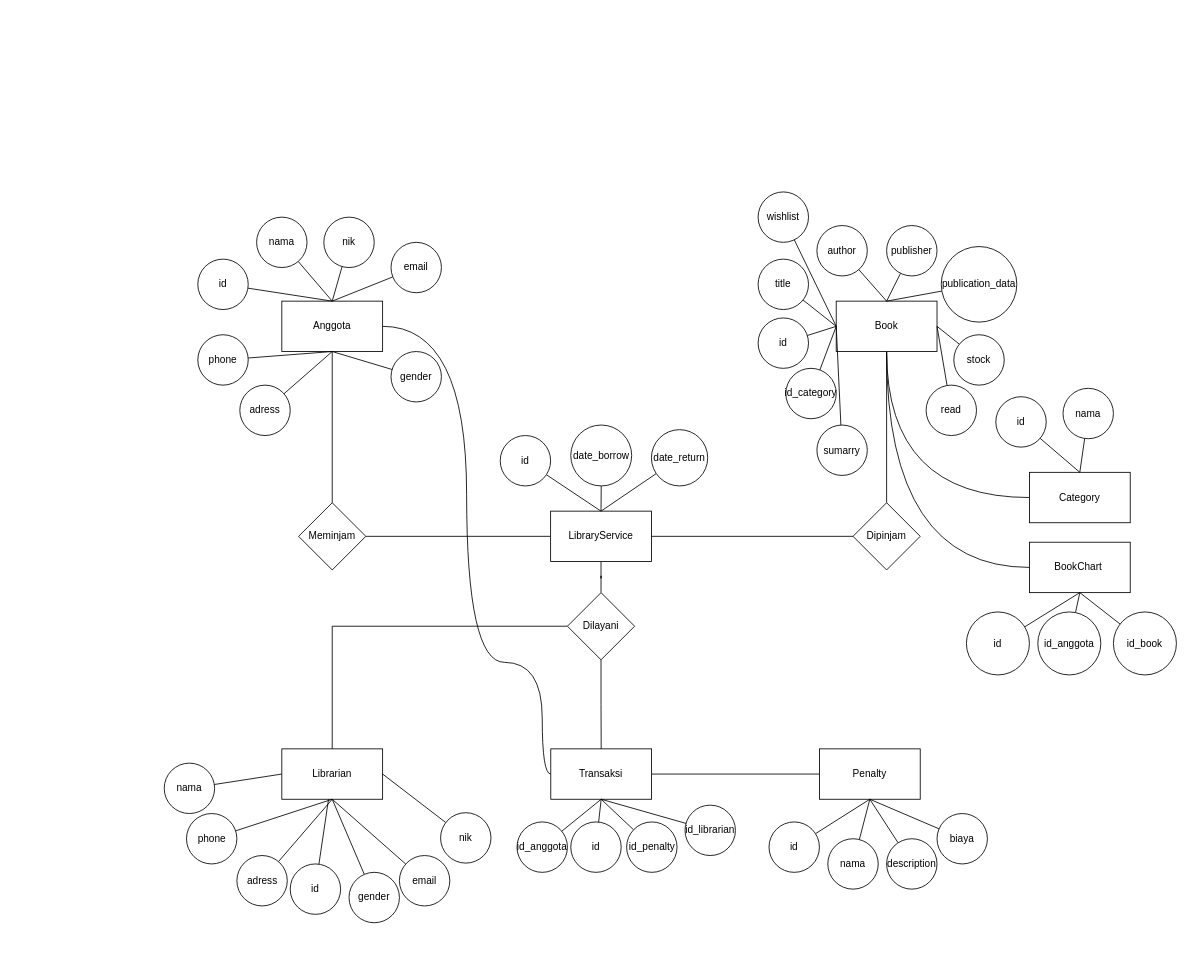
Earlier version of the draw.io diagram Library.drawio (Syaal/library). Source tidied: cells renumbered, new cells numbered last; positions are measured from the earlier drawing's top-left corner, leaving out a move shared by most shapes. Both pictures are drawn from the tidied source at 84%, with x=0, y=0 at pixel (164, 192).
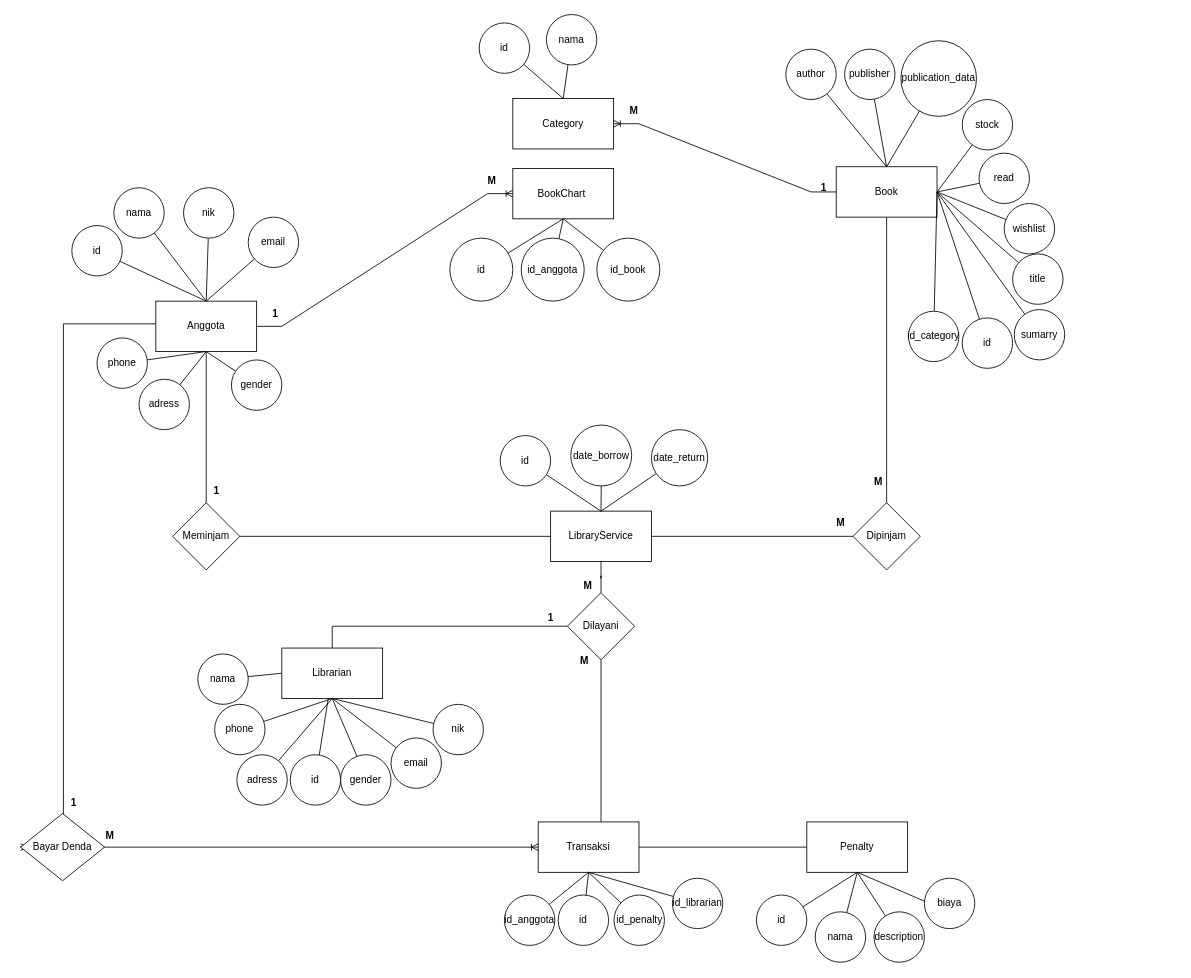
After the change.

Unchanged cells that the change refers to:
```xml
<mxCell id="51" value="Dilayani" style="rhombus;whiteSpace=wrap;html=1;" parent="1" vertex="1">
  <mxGeometry x="480" y="477" width="80" height="80" as="geometry" />
</mxCell>
```

The edit, as a diff of the source:
```diff
@@
-    <mxCell id="3" style="rounded=0;jettySize=auto;html=1;edgeStyle=orthogonalEdgeStyle;curved=1;exitX=1;exitY=0.5;exitDx=0;exitDy=0;entryX=0;entryY=0.5;entryDx=0;entryDy=0;endArrow=none;endFill=0;" parent="1" edge="1" source="4" target="12">
-      <mxGeometry relative="1" as="geometry">
-        <Array as="points">
-          <mxPoint x="360" y="160" />
-          <mxPoint x="360" y="560" />
-          <mxPoint x="450" y="560" />
-          <mxPoint x="450" y="693" />
-        </Array>
-      </mxGeometry>
-    </mxCell>
     <mxCell id="4" value="Anggota" style="rounded=0;whiteSpace=wrap;html=1;" parent="1" vertex="1">
-      <mxGeometry x="140" y="130" width="120" height="60" as="geometry" />
+      <mxGeometry x="-10" y="130" width="120" height="60" as="geometry" />
     </mxCell>
     <mxCell id="5" value="Librarian" style="rounded=0;whiteSpace=wrap;html=1;" parent="1" vertex="1">
-      <mxGeometry x="140" y="663" width="120" height="60" as="geometry" />
+      <mxGeometry x="140" y="543" width="120" height="60" as="geometry" />
     </mxCell>
@@
-    <mxCell id="7" style="edgeStyle=orthogonalEdgeStyle;rounded=0;jettySize=auto;html=1;entryX=0;entryY=0.5;entryDx=0;entryDy=0;curved=1;exitX=0.5;exitY=1;exitDx=0;exitDy=0;endArrow=none;endFill=0;" parent="1" edge="1" source="9" target="10">
-      <mxGeometry relative="1" as="geometry" />
-    </mxCell>
-    <mxCell id="8" style="edgeStyle=orthogonalEdgeStyle;rounded=0;jettySize=auto;html=1;entryX=0;entryY=0.5;entryDx=0;entryDy=0;curved=1;endArrow=none;endFill=0;exitX=0.5;exitY=1;exitDx=0;exitDy=0;" parent="1" edge="1" source="9" target="16">
-      <mxGeometry relative="1" as="geometry" />
-    </mxCell>
     <mxCell id="9" value="Book" style="rounded=0;whiteSpace=wrap;html=1;" parent="1" vertex="1">
-      <mxGeometry x="800" y="130" width="120" height="60" as="geometry" />
+      <mxGeometry x="800" y="-30" width="120" height="60" as="geometry" />
     </mxCell>
     <mxCell id="10" value="Category" style="rounded=0;whiteSpace=wrap;html=1;" parent="1" vertex="1">
-      <mxGeometry x="1030" y="333.8" width="120" height="60" as="geometry" />
+      <mxGeometry x="415" y="-111.2" width="120" height="60" as="geometry" />
     </mxCell>
@@
     <mxCell id="12" value="Transaksi" style="rounded=0;whiteSpace=wrap;html=1;" parent="1" vertex="1">
-      <mxGeometry x="460.2" y="663" width="120" height="60" as="geometry" />
+      <mxGeometry x="445.2" y="750" width="120" height="60" as="geometry" />
     </mxCell>
     <mxCell id="13" value="Penalty" style="rounded=0;whiteSpace=wrap;html=1;" parent="1" vertex="1">
-      <mxGeometry x="780" y="663" width="120" height="60" as="geometry" />
+      <mxGeometry x="765" y="750" width="120" height="60" as="geometry" />
     </mxCell>
@@
     <mxCell id="16" value="BookChart&amp;nbsp;" style="rounded=0;whiteSpace=wrap;html=1;" parent="1" vertex="1">
-      <mxGeometry x="1030" y="417" width="120" height="60" as="geometry" />
+      <mxGeometry x="415" y="-28" width="120" height="60" as="geometry" />
     </mxCell>
@@
     <mxCell id="18" value="id" style="ellipse;whiteSpace=wrap;html=1;" parent="1" vertex="1">
-      <mxGeometry x="40" y="80" width="60" height="60" as="geometry" />
+      <mxGeometry x="-110" y="40" width="60" height="60" as="geometry" />
     </mxCell>
@@
     <mxCell id="20" value="nama" style="ellipse;whiteSpace=wrap;html=1;" parent="1" vertex="1">
-      <mxGeometry x="110" y="30" width="60" height="60" as="geometry" />
+      <mxGeometry x="-60" y="-5" width="60" height="60" as="geometry" />
     </mxCell>
@@
     <mxCell id="22" value="nik" style="ellipse;whiteSpace=wrap;html=1;" parent="1" vertex="1">
-      <mxGeometry x="190" y="30" width="60" height="60" as="geometry" />
+      <mxGeometry x="23" y="-5" width="60" height="60" as="geometry" />
     </mxCell>
@@
     <mxCell id="24" value="email" style="ellipse;whiteSpace=wrap;html=1;" parent="1" vertex="1">
-      <mxGeometry x="270" y="60" width="60" height="60" as="geometry" />
+      <mxGeometry x="100" y="30" width="60" height="60" as="geometry" />
     </mxCell>
@@
     <mxCell id="26" value="gender" style="ellipse;whiteSpace=wrap;html=1;" parent="1" vertex="1">
-      <mxGeometry x="270" y="190" width="60" height="60" as="geometry" />
+      <mxGeometry x="80" y="200" width="60" height="60" as="geometry" />
     </mxCell>
@@
     <mxCell id="28" value="phone" style="ellipse;whiteSpace=wrap;html=1;" parent="1" vertex="1">
-      <mxGeometry x="40" y="170" width="60" height="60" as="geometry" />
+      <mxGeometry x="-80" y="173.8" width="60" height="60" as="geometry" />
     </mxCell>
@@
     <mxCell id="30" value="adress" style="ellipse;whiteSpace=wrap;html=1;" parent="1" vertex="1">
-      <mxGeometry x="90" y="230" width="60" height="60" as="geometry" />
+      <mxGeometry x="-30" y="223" width="60" height="60" as="geometry" />
     </mxCell>
@@
     <mxCell id="32" value="id" style="ellipse;whiteSpace=wrap;html=1;" parent="1" vertex="1">
-      <mxGeometry x="150" y="800" width="60" height="60" as="geometry" />
+      <mxGeometry x="150" y="670" width="60" height="60" as="geometry" />
     </mxCell>
     <mxCell id="33" value="nama" style="ellipse;whiteSpace=wrap;html=1;" parent="1" vertex="1">
-      <mxGeometry y="680" width="60" height="60" as="geometry" />
+      <mxGeometry x="40" y="550" width="60" height="60" as="geometry" />
     </mxCell>
-    <mxCell id="34" style="rounded=0;jettySize=auto;html=1;endArrow=none;endFill=0;entryX=1;entryY=0.5;entryDx=0;entryDy=0;" parent="1" edge="1" source="35" target="5">
+    <mxCell id="34" style="rounded=0;jettySize=auto;html=1;endArrow=none;endFill=0;entryX=0.5;entryY=1;entryDx=0;entryDy=0;" parent="1" edge="1" source="35" target="5">
       <mxGeometry relative="1" as="geometry" />
     </mxCell>
     <mxCell id="35" value="nik" style="ellipse;whiteSpace=wrap;html=1;" parent="1" vertex="1">
-      <mxGeometry x="329" y="739" width="60" height="60" as="geometry" />
+      <mxGeometry x="320" y="610" width="60" height="60" as="geometry" />
     </mxCell>
@@
     <mxCell id="37" value="email" style="ellipse;whiteSpace=wrap;html=1;" parent="1" vertex="1">
-      <mxGeometry x="280" y="790" width="60" height="60" as="geometry" />
+      <mxGeometry x="270" y="650" width="60" height="60" as="geometry" />
     </mxCell>
-    <mxCell id="38" style="rounded=0;jettySize=auto;html=1;entryX=0.5;entryY=1;entryDx=0;entryDy=0;endArrow=none;endFill=0;" parent="1" edge="1" source="39" target="5">
-      <mxGeometry relative="1" as="geometry" />
+    <mxCell id="38" style="rounded=0;jettySize=auto;html=1;entryX=0.5;entryY=1;entryDx=0;entryDy=0;endArrow=none;endFill=0;" parent="1" edge="1" target="5">
+      <mxGeometry relative="1" as="geometry">
+        <mxPoint x="238.2" y="692.4" as="sourcePoint" />
+      </mxGeometry>
     </mxCell>
     <mxCell id="39" value="gender" style="ellipse;whiteSpace=wrap;html=1;" parent="1" vertex="1">
-      <mxGeometry x="220" y="810" width="60" height="60" as="geometry" />
+      <mxGeometry x="210" y="670" width="60" height="60" as="geometry" />
     </mxCell>
@@
     <mxCell id="41" value="phone" style="ellipse;whiteSpace=wrap;html=1;" parent="1" vertex="1">
-      <mxGeometry x="26.5" y="740" width="60" height="60" as="geometry" />
+      <mxGeometry x="60" y="610" width="60" height="60" as="geometry" />
     </mxCell>
@@
     <mxCell id="43" value="adress" style="ellipse;whiteSpace=wrap;html=1;" parent="1" vertex="1">
-      <mxGeometry x="86.5" y="790" width="60" height="60" as="geometry" />
+      <mxGeometry x="86.5" y="670" width="60" height="60" as="geometry" />
     </mxCell>
@@
     <mxCell id="46" value="Meminjam" style="rhombus;whiteSpace=wrap;html=1;" parent="1" vertex="1">
-      <mxGeometry x="160" y="370" width="80" height="80" as="geometry" />
+      <mxGeometry x="10" y="370" width="80" height="80" as="geometry" />
     </mxCell>
@@
     <mxCell id="50" style="edgeStyle=orthogonalEdgeStyle;rounded=0;jettySize=auto;html=1;endArrow=none;endFill=0;" parent="1" edge="1" source="51" target="12">
-      <mxGeometry relative="1" as="geometry" />
+      <mxGeometry relative="1" as="geometry">
+        <Array as="points">
+          <mxPoint x="520" y="590" />
+          <mxPoint x="520" y="590" />
+        </Array>
+      </mxGeometry>
     </mxCell>
@@
-    <mxCell id="52" style="rounded=0;jettySize=auto;html=1;endArrow=none;endFill=0;entryX=0;entryY=0.5;entryDx=0;entryDy=0;" parent="1" edge="1" source="53" target="9">
-      <mxGeometry relative="1" as="geometry" />
+    <mxCell id="52" style="rounded=0;jettySize=auto;html=1;endArrow=none;endFill=0;" parent="1" edge="1" source="53">
+      <mxGeometry relative="1" as="geometry">
+        <mxPoint x="920" as="targetPoint" />
+      </mxGeometry>
     </mxCell>
     <mxCell id="53" value="title" style="ellipse;whiteSpace=wrap;html=1;" parent="1" vertex="1">
-      <mxGeometry x="707" y="80" width="60" height="60" as="geometry" />
+      <mxGeometry x="1010" y="73.8" width="60" height="60" as="geometry" />
     </mxCell>
@@
     <mxCell id="55" value="author" style="ellipse;whiteSpace=wrap;html=1;" parent="1" vertex="1">
-      <mxGeometry x="777" y="40" width="60" height="60" as="geometry" />
+      <mxGeometry x="740" y="-170" width="60" height="60" as="geometry" />
     </mxCell>
@@
     <mxCell id="57" value="publisher" style="ellipse;whiteSpace=wrap;html=1;" parent="1" vertex="1">
-      <mxGeometry x="860" y="40" width="60" height="60" as="geometry" />
+      <mxGeometry x="810" y="-170" width="60" height="60" as="geometry" />
     </mxCell>
-    <mxCell id="58" style="rounded=0;jettySize=auto;html=1;entryX=0;entryY=0.5;entryDx=0;entryDy=0;endArrow=none;endFill=0;" parent="1" edge="1" source="59" target="9">
-      <mxGeometry relative="1" as="geometry" />
+    <mxCell id="58" style="rounded=0;jettySize=auto;html=1;endArrow=none;endFill=0;" parent="1" edge="1" source="59">
+      <mxGeometry relative="1" as="geometry">
+        <mxPoint x="920" as="targetPoint" />
+      </mxGeometry>
     </mxCell>
     <mxCell id="59" value="id" style="ellipse;whiteSpace=wrap;html=1;" parent="1" vertex="1">
-      <mxGeometry x="707" y="150" width="60" height="60" as="geometry" />
+      <mxGeometry x="950" y="150" width="60" height="60" as="geometry" />
     </mxCell>
@@
     <mxCell id="61" value="publication_data" style="ellipse;whiteSpace=wrap;html=1;" parent="1" vertex="1">
-      <mxGeometry x="925" y="65" width="90" height="90" as="geometry" />
+      <mxGeometry x="877" y="-180" width="90" height="90" as="geometry" />
     </mxCell>
@@
     <mxCell id="63" value="stock" style="ellipse;whiteSpace=wrap;html=1;" parent="1" vertex="1">
-      <mxGeometry x="940" y="170" width="60" height="60" as="geometry" />
+      <mxGeometry x="950" y="-110" width="60" height="60" as="geometry" />
     </mxCell>
@@
     <mxCell id="65" value="read" style="ellipse;whiteSpace=wrap;html=1;" parent="1" vertex="1">
-      <mxGeometry x="907" y="230" width="60" height="60" as="geometry" />
+      <mxGeometry x="970" y="-46.2" width="60" height="60" as="geometry" />
     </mxCell>
@@
     <mxCell id="73" value="id" style="ellipse;whiteSpace=wrap;html=1;" parent="1" vertex="1">
-      <mxGeometry x="484" y="750" width="60" height="60" as="geometry" />
+      <mxGeometry x="469" y="837" width="60" height="60" as="geometry" />
     </mxCell>
@@
     <mxCell id="75" value="id_penalty" style="ellipse;whiteSpace=wrap;html=1;" parent="1" vertex="1">
-      <mxGeometry x="550.5" y="750" width="60" height="60" as="geometry" />
+      <mxGeometry x="535.5" y="837" width="60" height="60" as="geometry" />
     </mxCell>
@@
     <mxCell id="77" value="id_librarian" style="ellipse;whiteSpace=wrap;html=1;" parent="1" vertex="1">
-      <mxGeometry x="620" y="730" width="60" height="60" as="geometry" />
+      <mxGeometry x="605" y="817" width="60" height="60" as="geometry" />
     </mxCell>
@@
     <mxCell id="79" value="id_anggota" style="ellipse;whiteSpace=wrap;html=1;" parent="1" vertex="1">
-      <mxGeometry x="420" y="750" width="60" height="60" as="geometry" />
+      <mxGeometry x="405" y="837" width="60" height="60" as="geometry" />
     </mxCell>
@@
     <mxCell id="81" value="id" style="ellipse;whiteSpace=wrap;html=1;" parent="1" vertex="1">
-      <mxGeometry x="720" y="750" width="60" height="60" as="geometry" />
+      <mxGeometry x="705" y="837" width="60" height="60" as="geometry" />
     </mxCell>
@@
     <mxCell id="83" value="nama" style="ellipse;whiteSpace=wrap;html=1;" parent="1" vertex="1">
-      <mxGeometry x="790" y="770" width="60" height="60" as="geometry" />
+      <mxGeometry x="775" y="857" width="60" height="60" as="geometry" />
     </mxCell>
@@
     <mxCell id="85" value="description" style="ellipse;whiteSpace=wrap;html=1;" parent="1" vertex="1">
-      <mxGeometry x="860" y="770" width="60" height="60" as="geometry" />
+      <mxGeometry x="845" y="857" width="60" height="60" as="geometry" />
     </mxCell>
-    <mxCell id="86" style="rounded=0;jettySize=auto;html=1;entryX=0.5;entryY=1;entryDx=0;entryDy=0;endArrow=none;endFill=0;" parent="1" edge="1" source="87" target="13">
-      <mxGeometry relative="1" as="geometry" />
+    <mxCell id="86" style="rounded=0;jettySize=auto;html=1;entryX=0.5;entryY=1;entryDx=0;entryDy=0;endArrow=none;endFill=0;" parent="1" edge="1" target="13">
+      <mxGeometry relative="1" as="geometry">
+        <mxPoint x="907.4" y="845.3" as="sourcePoint" />
+      </mxGeometry>
     </mxCell>
     <mxCell id="87" value="biaya" style="ellipse;whiteSpace=wrap;html=1;" parent="1" vertex="1">
-      <mxGeometry x="920" y="740" width="60" height="60" as="geometry" />
+      <mxGeometry x="905" y="817" width="60" height="60" as="geometry" />
     </mxCell>
@@
     <mxCell id="89" value="id" style="ellipse;whiteSpace=wrap;html=1;" parent="1" vertex="1">
-      <mxGeometry x="990" y="243.8" width="60" height="60" as="geometry" />
+      <mxGeometry x="375" y="-201.2" width="60" height="60" as="geometry" />
     </mxCell>
@@
     <mxCell id="91" value="nama" style="ellipse;whiteSpace=wrap;html=1;" parent="1" vertex="1">
-      <mxGeometry x="1070" y="233.8" width="60" height="60" as="geometry" />
+      <mxGeometry x="455" y="-211.2" width="60" height="60" as="geometry" />
     </mxCell>
-    <mxCell id="92" style="rounded=0;jettySize=auto;html=1;entryX=0;entryY=0.5;entryDx=0;entryDy=0;endArrow=none;endFill=0;" parent="1" edge="1" source="93" target="9">
-      <mxGeometry relative="1" as="geometry" />
+    <mxCell id="92" style="rounded=0;jettySize=auto;html=1;endArrow=none;endFill=0;" parent="1" edge="1" source="93">
+      <mxGeometry relative="1" as="geometry">
+        <mxPoint x="920" as="targetPoint" />
+      </mxGeometry>
     </mxCell>
     <mxCell id="93" value="id_category" style="ellipse;whiteSpace=wrap;html=1;" parent="1" vertex="1">
-      <mxGeometry x="740" y="210" width="60" height="60" as="geometry" />
+      <mxGeometry x="886" y="142" width="60" height="60" as="geometry" />
     </mxCell>
@@
     <mxCell id="95" value="id" style="ellipse;whiteSpace=wrap;html=1;" parent="1" vertex="1">
-      <mxGeometry x="955" y="500" width="75" height="75" as="geometry" />
+      <mxGeometry x="340" y="55" width="75" height="75" as="geometry" />
     </mxCell>
@@
     <mxCell id="97" value="id_anggota" style="ellipse;whiteSpace=wrap;html=1;" parent="1" vertex="1">
-      <mxGeometry x="1040" y="500" width="75" height="75" as="geometry" />
+      <mxGeometry x="425" y="55" width="75" height="75" as="geometry" />
     </mxCell>
@@
     <mxCell id="99" value="id_book" style="ellipse;whiteSpace=wrap;html=1;" parent="1" vertex="1">
-      <mxGeometry x="1130" y="500" width="75" height="75" as="geometry" />
+      <mxGeometry x="515" y="55" width="75" height="75" as="geometry" />
     </mxCell>
-    <mxCell id="100" style="rounded=0;jettySize=auto;html=1;entryX=0;entryY=0.5;entryDx=0;entryDy=0;endArrow=none;endFill=0;" parent="1" edge="1" source="101" target="9">
+    <mxCell id="100" style="rounded=0;jettySize=auto;html=1;entryX=1;entryY=0.5;entryDx=0;entryDy=0;endArrow=none;endFill=0;" parent="1" edge="1" source="101" target="9">
       <mxGeometry relative="1" as="geometry" />
     </mxCell>
     <mxCell id="101" value="sumarry" style="ellipse;whiteSpace=wrap;html=1;" parent="1" vertex="1">
-      <mxGeometry x="777" y="277.5" width="60" height="60" as="geometry" />
+      <mxGeometry x="1012" y="140" width="60" height="60" as="geometry" />
     </mxCell>
-    <mxCell id="102" style="rounded=0;jettySize=auto;html=1;entryX=0;entryY=0.5;entryDx=0;entryDy=0;endArrow=none;endFill=0;" parent="1" edge="1" source="103" target="9">
-      <mxGeometry relative="1" as="geometry" />
+    <mxCell id="102" style="rounded=0;jettySize=auto;html=1;endArrow=none;endFill=0;" parent="1" edge="1" source="103">
+      <mxGeometry relative="1" as="geometry">
+        <mxPoint x="920" as="targetPoint" />
+      </mxGeometry>
     </mxCell>
     <mxCell id="103" value="wishlist" style="ellipse;whiteSpace=wrap;html=1;" parent="1" vertex="1">
-      <mxGeometry x="707" width="60" height="60" as="geometry" />
+      <mxGeometry x="1000" y="13.8" width="60" height="60" as="geometry" />
     </mxCell>
+    <mxCell id="104" value="1" style="text;html=1;align=center;verticalAlign=middle;strokeColor=none;fillColor=none;fontStyle=1;" parent="1" vertex="1">
+      <mxGeometry x="47" y="341" width="30" height="30" as="geometry" />
+    </mxCell>
+    <mxCell id="105" value="M" style="text;html=1;align=center;verticalAlign=middle;strokeColor=none;fillColor=none;fontStyle=1;" parent="1" vertex="1">
+      <mxGeometry x="835" y="330" width="30" height="30" as="geometry" />
+    </mxCell>
+    <mxCell id="106" value="M" style="text;html=1;align=center;verticalAlign=middle;strokeColor=none;fillColor=none;fontStyle=1;" parent="1" vertex="1">
+      <mxGeometry x="790" y="379" width="30" height="30" as="geometry" />
+    </mxCell>
+    <mxCell id="107" value="M" style="text;html=1;align=center;verticalAlign=middle;strokeColor=none;fillColor=none;fontStyle=1;" parent="1" vertex="1">
+      <mxGeometry x="375" y="-28" width="30" height="30" as="geometry" />
+    </mxCell>
+    <mxCell id="108" value="1" style="text;html=1;align=center;verticalAlign=middle;strokeColor=none;fillColor=none;fontStyle=1;" parent="1" vertex="1">
+      <mxGeometry x="770" y="-20" width="30" height="30" as="geometry" />
+    </mxCell>
+    <mxCell id="7" style="edgeStyle=entityRelationEdgeStyle;fontSize=12;html=1;endArrow=ERoneToMany;rounded=0;exitX=0;exitY=0.5;exitDx=0;exitDy=0;" parent="1" edge="1" source="9" target="10">
+      <mxGeometry relative="1" as="geometry" />
+    </mxCell>
+    <mxCell id="109" style="edgeStyle=entityRelationEdgeStyle;fontSize=12;html=1;endArrow=ERoneToMany;rounded=0;exitX=1;exitY=0.5;exitDx=0;exitDy=0;entryX=0;entryY=0.5;entryDx=0;entryDy=0;" parent="1" edge="1" source="4" target="16">
+      <mxGeometry relative="1" as="geometry" />
+    </mxCell>
+    <mxCell id="110" value="1" style="text;html=1;align=center;verticalAlign=middle;strokeColor=none;fillColor=none;fontStyle=1;" parent="1" vertex="1">
+      <mxGeometry x="116.5" y="130" width="30" height="30" as="geometry" />
+    </mxCell>
+    <mxCell id="111" value="M" style="text;html=1;align=center;verticalAlign=middle;strokeColor=none;fillColor=none;fontStyle=1;" parent="1" vertex="1">
+      <mxGeometry x="544" y="-111.2" width="30" height="30" as="geometry" />
+    </mxCell>
+    <mxCell id="112" style="edgeStyle=orthogonalEdgeStyle;fontSize=12;html=1;endArrow=ERoneToMany;rounded=0;exitX=0;exitY=0.5;exitDx=0;exitDy=0;entryX=0;entryY=0.5;entryDx=0;entryDy=0;" parent="1" edge="1" source="116" target="12">
+      <mxGeometry relative="1" as="geometry">
+        <Array as="points">
+          <mxPoint x="-120" y="780" />
+        </Array>
+      </mxGeometry>
+    </mxCell>
+    <mxCell id="113" value="1" style="text;html=1;align=center;verticalAlign=middle;strokeColor=none;fillColor=none;fontStyle=1;" parent="1" vertex="1">
+      <mxGeometry x="-123" y="713" width="30" height="30" as="geometry" />
+    </mxCell>
+    <mxCell id="114" value="M" style="text;html=1;align=center;verticalAlign=middle;strokeColor=none;fillColor=none;fontStyle=1;" parent="1" vertex="1">
+      <mxGeometry x="-80" y="752" width="30" height="30" as="geometry" />
+    </mxCell>
+    <mxCell id="115" style="edgeStyle=orthogonalEdgeStyle;fontSize=12;html=1;endArrow=ERoneToMany;rounded=0;exitX=0;exitY=0.5;exitDx=0;exitDy=0;entryX=0;entryY=0.5;entryDx=0;entryDy=0;" parent="1" edge="1" target="116">
+      <mxGeometry relative="1" as="geometry">
+        <mxPoint x="-10" y="157" as="sourcePoint" />
+        <Array as="points">
+          <mxPoint x="-120" y="157" />
+        </Array>
+      </mxGeometry>
+    </mxCell>
+    <mxCell id="116" value="Bayar Denda" style="rhombus;whiteSpace=wrap;html=1;" parent="1" vertex="1">
+      <mxGeometry x="-171" y="740" width="100" height="80" as="geometry" />
+    </mxCell>
+    <mxCell id="117" value="1" style="text;html=1;align=center;verticalAlign=middle;strokeColor=none;fillColor=none;fontStyle=1;" parent="1" vertex="1">
+      <mxGeometry x="445" y="492" width="30" height="30" as="geometry" />
+    </mxCell>
+    <mxCell id="118" value="M" style="text;html=1;align=center;verticalAlign=middle;strokeColor=none;fillColor=none;fontStyle=1;" parent="1" vertex="1">
+      <mxGeometry x="489" y="454" width="30" height="30" as="geometry" />
+    </mxCell>
+    <mxCell id="119" value="M" style="text;html=1;align=center;verticalAlign=middle;strokeColor=none;fillColor=none;fontStyle=1;" parent="1" vertex="1">
+      <mxGeometry x="485" y="543" width="30" height="30" as="geometry" />
+    </mxCell>
```
